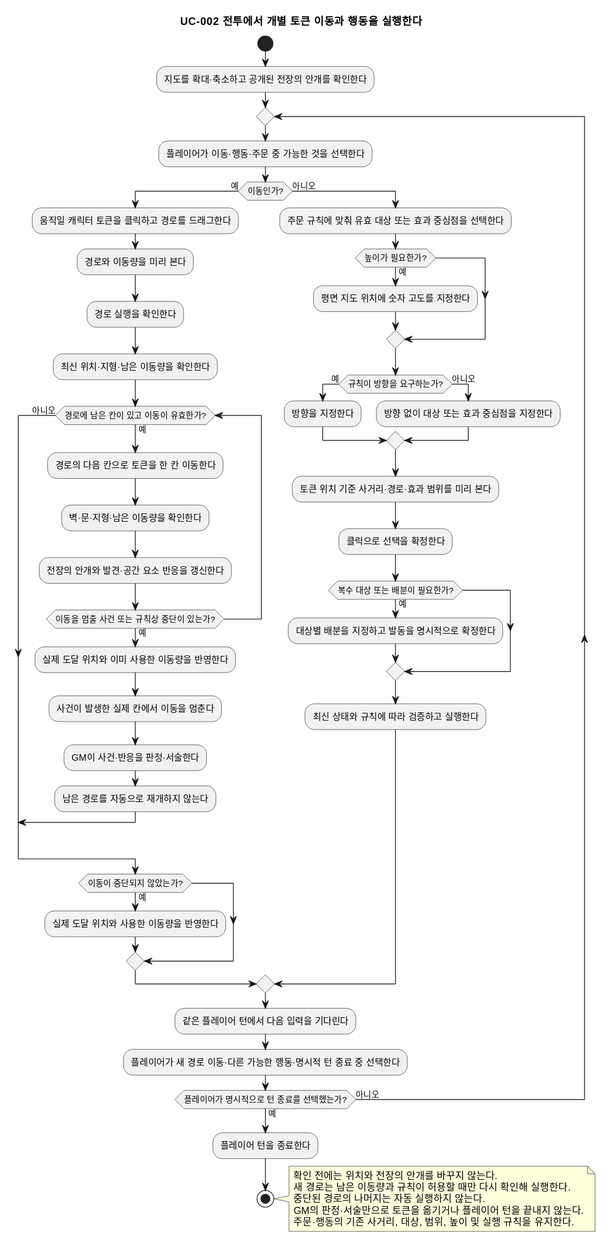
This is docs/specs/combat-movement-spell-range/diagrams/product/UC-002.activity.svg from omegafrog/dnd-master, a PlantUML export, as it was before one commit.
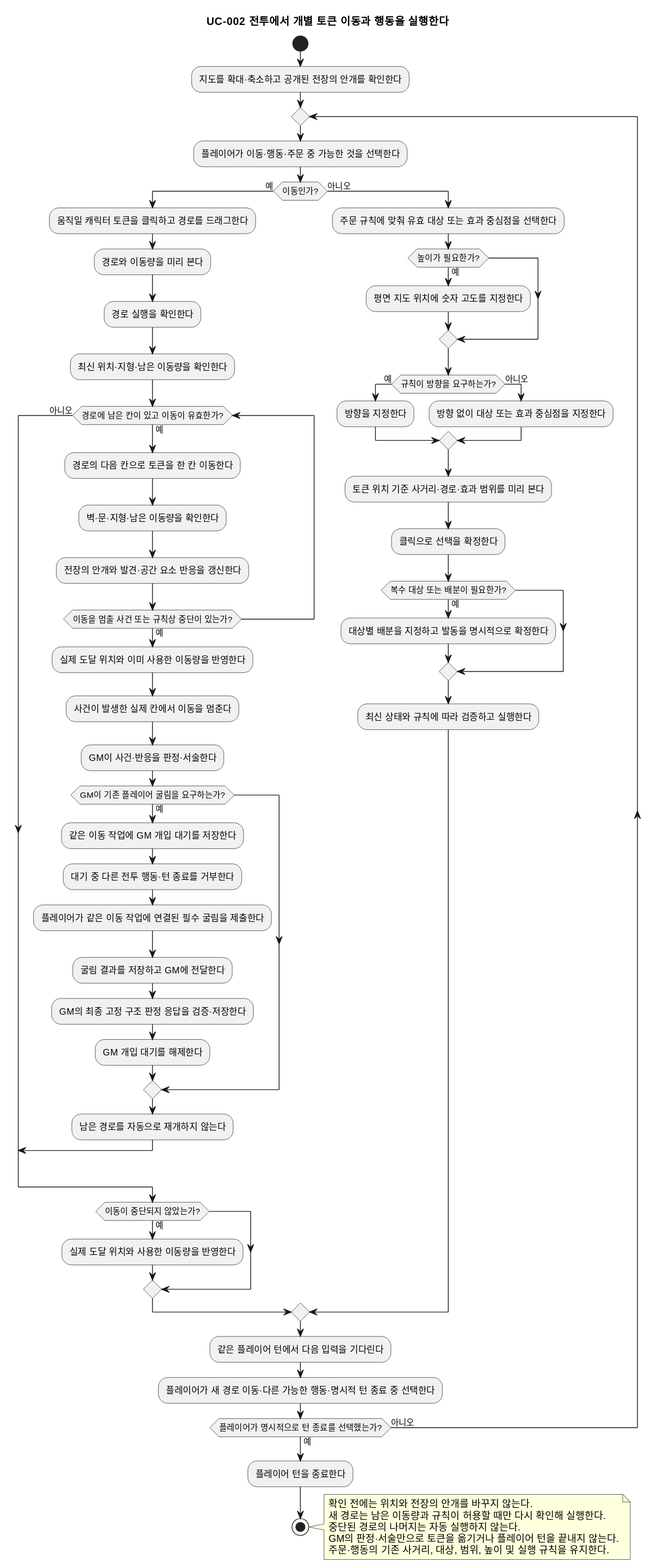
After the commit.

The edit, as a diff of the source:
```diff
@@ -17,6 +17,14 @@
       :실제 도달 위치와 이미 사용한 이동량을 반영한다;
       :사건이 발생한 실제 칸에서 이동을 멈춘다;
       :GM이 사건·반응을 판정·서술한다;
+      if (GM이 기존 플레이어 굴림을 요구하는가?) then (예)
+        :같은 이동 작업에 GM 개입 대기를 저장한다;
+        :대기 중 다른 전투 행동·턴 종료를 거부한다;
+        :플레이어가 같은 이동 작업에 연결된 필수 굴림을 제출한다;
+        :굴림 결과를 저장하고 GM에 전달한다;
+        :GM의 최종 고정 구조 판정 응답을 검증·저장한다;
+        :GM 개입 대기를 해제한다;
+      endif
       :남은 경로를 자동으로 재개하지 않는다;
       break
     endif
```
